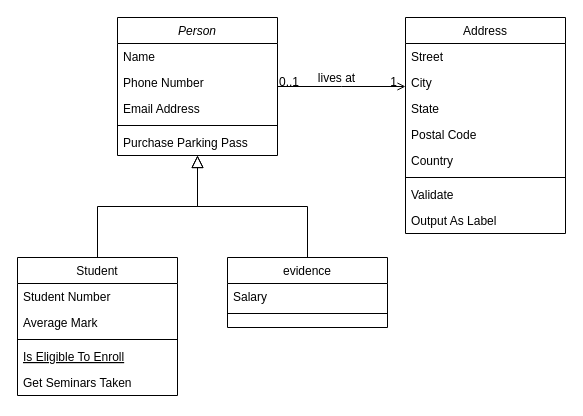
Before: Untitled Diagram.drawio in EvaGachirwa/software_design, a draw.io diagram. Source tidied: cells renumbered, new cells numbered last; positions are measured from the earlier drawing's top-left corner, leaving out a move shared by most shapes. Both pictures are drawn from the tidied source at 100%, with x=0, y=0 at pixel (17, 17).
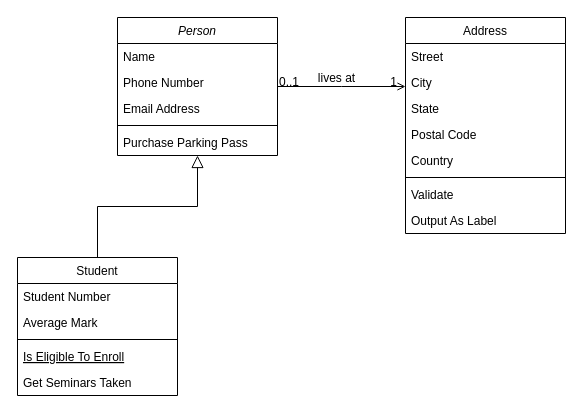
After the change.

Commit message:
dont play

The change refers to these unchanged cells:
```xml
<mxCell id="2" value="Person" style="swimlane;fontStyle=2;align=center;verticalAlign=top;horizontal=1;startSize=26;rounded=0;shadow=0;strokeWidth=1;" parent="1" vertex="1">
  <mxGeometry x="100" width="160" height="138" as="geometry" />
</mxCell>
```

Change to the diagram source:
```diff
@@
-    <mxCell id="15" value="evidence" style="swimlane;fontStyle=0;align=center;verticalAlign=top;horizontal=1;startSize=26;rounded=0;shadow=0;strokeWidth=1;" parent="1" vertex="1">
-      <mxGeometry x="210" y="240" width="160" height="70" as="geometry" />
-    </mxCell>
-    <mxCell id="16" value="Salary" style="text;align=left;verticalAlign=top;spacingLeft=4;spacingRight=4;overflow=hidden;" parent="15" vertex="1">
-      <mxGeometry y="26" width="160" height="26" as="geometry" />
-    </mxCell>
-    <mxCell id="17" style="line;html=1;strokeWidth=1;align=left;verticalAlign=middle;spacingTop=-1;spacingLeft=3;spacingRight=3;labelPosition=right;" parent="15" vertex="1">
-      <mxGeometry y="52" width="160" height="8" as="geometry" />
-    </mxCell>
-    <mxCell id="18" style="endArrow=block;endSize=10;endFill=0;shadow=0;strokeWidth=1;rounded=0;curved=0;edgeStyle=elbowEdgeStyle;elbow=vertical;" parent="1" edge="1" source="15" target="2">
-      <mxGeometry relative="1" as="geometry" />
-    </mxCell>
```
